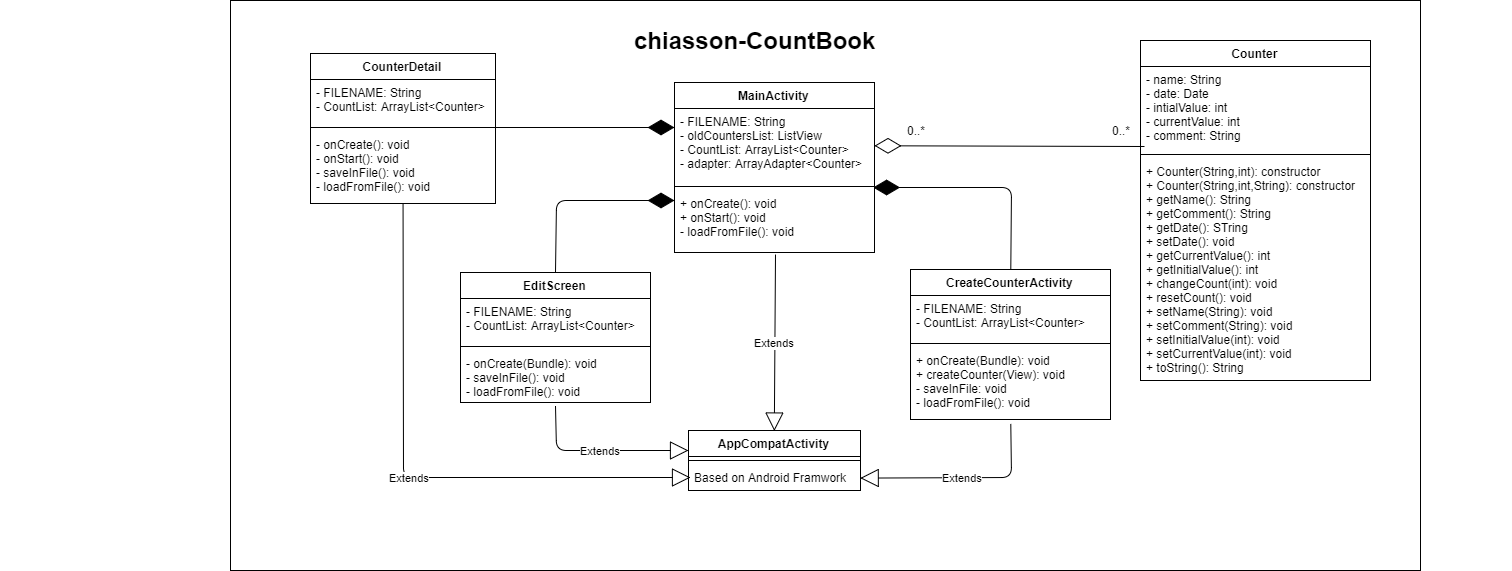
Above: doc/chiasson-CountBook.png in cchiasson/CountBook (draw.io), before the change. Source tidied: cells renumbered, new cells last; positions are measured from the earlier drawing's top-left corner, leaving out a move shared by most shapes. Its diagram source:
```xml
<mxGraphModel>
  <root>
    <mxCell id="0" style="html=1;" />
    <mxCell id="1" style="html=1;" parent="0" />
    <mxCell id="2" style="rounded=0;whiteSpace=wrap;html=1;" parent="1" vertex="1">
      <mxGeometry x="230" width="1190" height="570" as="geometry" />
    </mxCell>
    <mxCell id="3" value="chiasson-CountBook" style="text;strokeColor=none;fillColor=none;html=1;fontSize=24;fontStyle=1;verticalAlign=middle;align=center;" parent="1" vertex="1">
      <mxGeometry y="20" width="1510" height="40" as="geometry" />
    </mxCell>
    <mxCell id="4" value="MainActivity" style="swimlane;fontStyle=1;align=center;verticalAlign=top;horizontal=1;startSize=26;swimlaneFillColor=#ffffff;" parent="1" vertex="1">
      <mxGeometry x="674" y="82" width="200" height="170" as="geometry" />
    </mxCell>
    <mxCell id="5" value="- FILENAME: String&#10;- oldCountersList: ListView&#10;- CountList: ArrayList&lt;Counter&gt;&#10;- adapter: ArrayAdapter&lt;Counter&gt;" style="text;strokeColor=none;fillColor=none;align=left;verticalAlign=top;spacingLeft=4;spacingRight=4;overflow=hidden;points=[[0,0.5],[1,0.5]];portConstraint=eastwest;" parent="4" vertex="1">
      <mxGeometry y="26" width="200" height="74" as="geometry" />
    </mxCell>
    <mxCell id="6" style="line;strokeWidth=1;fillColor=none;align=left;verticalAlign=middle;spacingTop=-1;spacingLeft=3;spacingRight=3;labelPosition=right;points=[];portConstraint=eastwest;" parent="4" vertex="1">
      <mxGeometry y="100" width="200" height="8" as="geometry" />
    </mxCell>
    <mxCell id="7" value="+ onCreate(): void&#10;+ onStart(): void&#10;- loadFromFile(): void" style="text;strokeColor=none;fillColor=none;align=left;verticalAlign=top;spacingLeft=4;spacingRight=4;overflow=hidden;points=[[0,0.5],[1,0.5]];portConstraint=eastwest;" parent="4" vertex="1">
      <mxGeometry y="108" width="200" height="62" as="geometry" />
    </mxCell>
    <mxCell id="8" value="CounterDetail" style="swimlane;fontStyle=1;align=center;verticalAlign=top;horizontal=1;startSize=26;swimlaneFillColor=#ffffff;" parent="1" vertex="1">
      <mxGeometry x="310" y="53" width="185" height="150" as="geometry" />
    </mxCell>
    <mxCell id="9" value="- FILENAME: String&#10;- CountList: ArrayList&lt;Counter&gt;" style="text;strokeColor=none;fillColor=none;align=left;verticalAlign=top;spacingLeft=4;spacingRight=4;overflow=hidden;" parent="8" vertex="1">
      <mxGeometry y="26" width="185" height="44" as="geometry" />
    </mxCell>
    <mxCell id="10" style="line;strokeWidth=1;fillColor=none;align=left;verticalAlign=middle;spacingTop=-1;spacingLeft=3;spacingRight=3;labelPosition=right;" parent="8" vertex="1">
      <mxGeometry y="70" width="185" height="8" as="geometry" />
    </mxCell>
    <mxCell id="11" value="- onCreate(): void&#10;- onStart(): void&#10;- saveInFile(): void&#10;- loadFromFile(): void" style="text;strokeColor=none;fillColor=none;align=left;verticalAlign=top;spacingLeft=4;spacingRight=4;overflow=hidden;points=[[0,0.5],[1,0.5]];portConstraint=eastwest;" parent="8" vertex="1">
      <mxGeometry y="78" width="185" height="72" as="geometry" />
    </mxCell>
    <mxCell id="12" value="EditScreen" style="swimlane;fontStyle=1;align=center;verticalAlign=top;horizontal=1;startSize=26;swimlaneFillColor=#ffffff;" parent="1" vertex="1">
      <mxGeometry x="460" y="272" width="190" height="130" as="geometry" />
    </mxCell>
    <mxCell id="13" value="- FILENAME: String&#10;- CountList: ArrayList&lt;Counter&gt;" style="text;strokeColor=none;fillColor=none;align=left;verticalAlign=top;spacingLeft=4;spacingRight=4;overflow=hidden;" parent="12" vertex="1">
      <mxGeometry y="26" width="190" height="44" as="geometry" />
    </mxCell>
    <mxCell id="14" style="line;strokeWidth=1;fillColor=none;align=left;verticalAlign=middle;spacingTop=-1;spacingLeft=3;spacingRight=3;labelPosition=right;" parent="12" vertex="1">
      <mxGeometry y="70" width="190" height="8" as="geometry" />
    </mxCell>
    <mxCell id="15" value="- onCreate(Bundle): void&#10;- saveInFile(): void&#10;- loadFromFile(): void" style="text;strokeColor=none;fillColor=none;align=left;verticalAlign=top;spacingLeft=4;spacingRight=4;overflow=hidden;points=[[0,0.5],[1,0.5]];portConstraint=eastwest;" parent="12" vertex="1">
      <mxGeometry y="78" width="190" height="52" as="geometry" />
    </mxCell>
    <mxCell id="16" value="CreateCounterActivity" style="swimlane;fontStyle=1;align=center;verticalAlign=top;horizontal=1;startSize=26;swimlaneFillColor=#ffffff;" parent="1" vertex="1">
      <mxGeometry x="910" y="269" width="200" height="150" as="geometry" />
    </mxCell>
    <mxCell id="17" value="- FILENAME: String&#10;- CountList: ArrayList&lt;Counter&gt;" style="text;strokeColor=none;fillColor=none;align=left;verticalAlign=top;spacingLeft=4;spacingRight=4;overflow=hidden;" parent="16" vertex="1">
      <mxGeometry y="26" width="200" height="44" as="geometry" />
    </mxCell>
    <mxCell id="18" style="line;strokeWidth=1;fillColor=none;align=left;verticalAlign=middle;spacingTop=-1;spacingLeft=3;spacingRight=3;labelPosition=right;" parent="16" vertex="1">
      <mxGeometry y="70" width="200" height="8" as="geometry" />
    </mxCell>
    <mxCell id="19" value="+ onCreate(Bundle): void&#10;+ createCounter(View): void&#10;- saveInFile: void&#10;- loadFromFile(): void" style="text;strokeColor=none;fillColor=none;align=left;verticalAlign=top;spacingLeft=4;spacingRight=4;overflow=hidden;points=[[0,0.5],[1,0.5]];portConstraint=eastwest;" parent="16" vertex="1">
      <mxGeometry y="78" width="200" height="72" as="geometry" />
    </mxCell>
    <mxCell id="20" value="Counter" style="swimlane;fontStyle=1;align=center;verticalAlign=top;horizontal=1;startSize=26;swimlaneFillColor=#ffffff;" parent="1" vertex="1">
      <mxGeometry x="1140" y="40" width="230" height="340" as="geometry" />
    </mxCell>
    <mxCell id="21" value="- name: String&#10;- date: Date&#10;- intialValue: int&#10;- currentValue: int&#10;- comment: String" style="text;strokeColor=none;fillColor=none;align=left;verticalAlign=top;spacingLeft=4;spacingRight=4;overflow=hidden;" parent="20" vertex="1">
      <mxGeometry y="26" width="230" height="84" as="geometry" />
    </mxCell>
    <mxCell id="22" style="line;strokeWidth=1;fillColor=none;align=left;verticalAlign=middle;spacingTop=-1;spacingLeft=3;spacingRight=3;labelPosition=right;" parent="20" vertex="1">
      <mxGeometry y="110" width="230" height="8" as="geometry" />
    </mxCell>
    <mxCell id="23" value="+ Counter(String,int): constructor&#10;+ Counter(String,int,String): constructor&#10;+ getName(): String&#10;+ getComment(): String&#10;+ getDate(): STring&#10;+ setDate(): void&#10;+ getCurrentValue(): int&#10;+ getInitialValue(): int&#10;+ changeCount(int): void&#10;+ resetCount(): void&#10;+ setName(String): void&#10;+ setComment(String): void&#10;+ setInitialValue(int): void&#10;+ setCurrentValue(int): void&#10;+ toString(): String" style="text;strokeColor=none;fillColor=none;align=left;verticalAlign=top;spacingLeft=4;spacingRight=4;overflow=hidden;" parent="20" vertex="1">
      <mxGeometry y="118" width="230" height="222" as="geometry" />
    </mxCell>
    <mxCell id="24" value="AppCompatActivity" style="swimlane;fontStyle=1;align=center;verticalAlign=top;horizontal=1;startSize=26;swimlaneFillColor=#ffffff;" parent="1" vertex="1">
      <mxGeometry x="688" y="430" width="172" height="60" as="geometry" />
    </mxCell>
    <mxCell id="25" style="line;strokeWidth=1;fillColor=none;align=left;verticalAlign=middle;spacingTop=-1;spacingLeft=3;spacingRight=3;labelPosition=right;" parent="24" vertex="1">
      <mxGeometry y="26" width="172" height="8" as="geometry" />
    </mxCell>
    <mxCell id="26" value="Based on Android Framwork" style="text;strokeColor=none;fillColor=none;align=left;verticalAlign=top;spacingLeft=4;spacingRight=4;overflow=hidden;points=[[0,0.5],[1,0.5]];portConstraint=eastwest;" parent="24" vertex="1">
      <mxGeometry y="34" width="172" height="26" as="geometry" />
    </mxCell>
    <mxCell id="27" value="Extends" style="endArrow=block;endSize=16;endFill=0;html=1;" parent="1" edge="1" source="11">
      <mxGeometry relative="1" as="geometry">
        <mxPoint x="690" y="477" as="targetPoint" />
        <Array as="points">
          <mxPoint x="403" y="477" />
        </Array>
      </mxGeometry>
    </mxCell>
    <mxCell id="28" value="Extends" style="endArrow=block;endSize=16;endFill=0;html=1;exitX=0.5;exitY=1.067;exitPerimeter=0;" parent="1" edge="1" source="15">
      <mxGeometry relative="1" as="geometry">
        <mxPoint x="688" y="450" as="targetPoint" />
        <Array as="points">
          <mxPoint x="556" y="450" />
        </Array>
      </mxGeometry>
    </mxCell>
    <mxCell id="29" value="Extends" style="endArrow=block;endSize=16;endFill=0;html=1;entryX=0.5;entryY=0;exitX=0.503;exitY=1.032;exitPerimeter=0;" parent="1" edge="1" source="7" target="24">
      <mxGeometry relative="1" as="geometry" />
    </mxCell>
    <mxCell id="30" value="Extends" style="endArrow=block;endSize=16;endFill=0;html=1;entryX=1;entryY=0.5;exitX=0.503;exitY=1.063;exitPerimeter=0;" parent="1" edge="1" source="19" target="26">
      <mxGeometry relative="1" as="geometry">
        <Array as="points">
          <mxPoint x="1011" y="477" />
        </Array>
      </mxGeometry>
    </mxCell>
    <mxCell id="31" style="endArrow=diamondThin;endFill=0;endSize=24;html=1;" parent="1" edge="1" target="5">
      <mxGeometry relative="1" as="geometry">
        <mxPoint x="1144" y="146" as="sourcePoint" />
      </mxGeometry>
    </mxCell>
    <mxCell id="32" value="0..*" style="text;html=1;align=left;verticalAlign=top;spacingTop=-4;" parent="1" vertex="1">
      <mxGeometry x="905" y="121" width="30" height="20" as="geometry" />
    </mxCell>
    <mxCell id="33" value="0..*" style="text;html=1;align=left;verticalAlign=top;spacingTop=-4;" parent="1" vertex="1">
      <mxGeometry x="1110" y="121" width="30" height="20" as="geometry" />
    </mxCell>
    <mxCell id="34" style="endArrow=diamondThin;endFill=1;endSize=24;html=1;exitX=0.973;exitY=-0.056;exitPerimeter=0;" parent="1" edge="1" source="11">
      <mxGeometry relative="1" as="geometry">
        <mxPoint x="674" y="127" as="targetPoint" />
      </mxGeometry>
    </mxCell>
    <mxCell id="35" style="endArrow=diamondThin;endFill=1;endSize=24;html=1;exitX=0.5;exitY=0;" parent="1" edge="1" source="12">
      <mxGeometry relative="1" as="geometry">
        <mxPoint x="674" y="200" as="targetPoint" />
        <Array as="points">
          <mxPoint x="556" y="200" />
        </Array>
      </mxGeometry>
    </mxCell>
    <mxCell id="36" style="endArrow=diamondThin;endFill=1;endSize=24;html=1;entryX=0.995;entryY=0.563;entryPerimeter=0;exitX=0.5;exitY=0;" parent="1" edge="1" source="16" target="6">
      <mxGeometry relative="1" as="geometry">
        <Array as="points">
          <mxPoint x="1011" y="187" />
        </Array>
      </mxGeometry>
    </mxCell>
  </root>
</mxGraphModel>
```
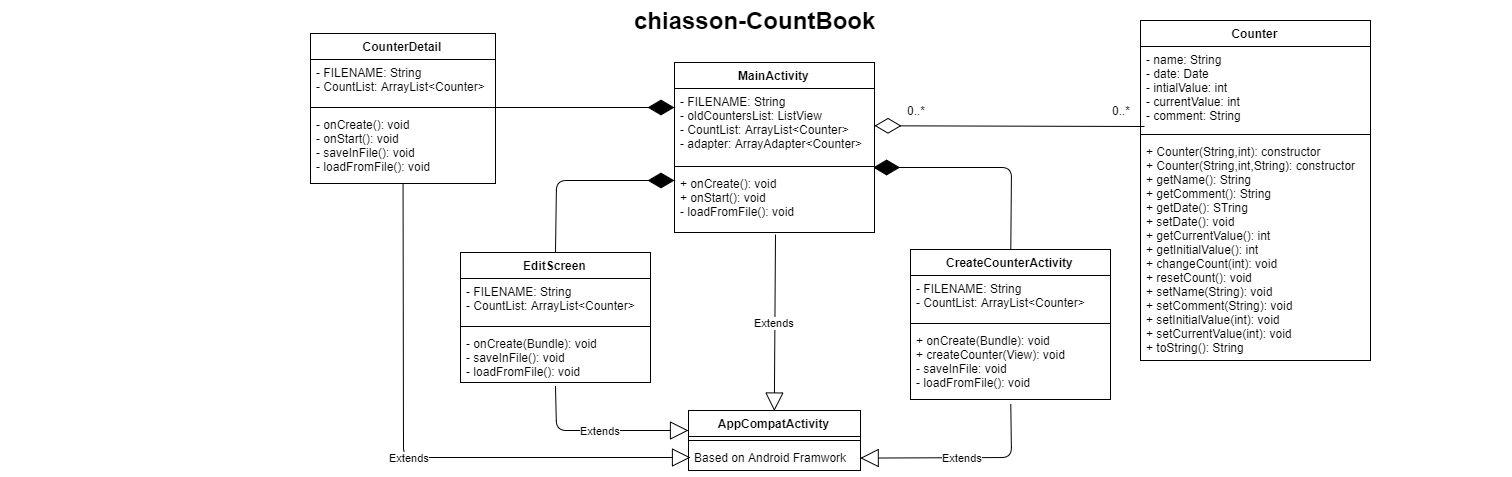
Above is the later version.

Change to the diagram source:
```diff
@@ -2,9 +2,6 @@
   <root>
     <mxCell id="0" style="html=1;" />
     <mxCell id="1" style="html=1;" parent="0" />
-    <mxCell id="2" style="rounded=0;whiteSpace=wrap;html=1;" parent="1" vertex="1">
-      <mxGeometry x="230" width="1190" height="570" as="geometry" />
-    </mxCell>
     <mxCell id="3" value="chiasson-CountBook" style="text;strokeColor=none;fillColor=none;html=1;fontSize=24;fontStyle=1;verticalAlign=middle;align=center;" parent="1" vertex="1">
       <mxGeometry y="20" width="1510" height="40" as="geometry" />
     </mxCell>
```
